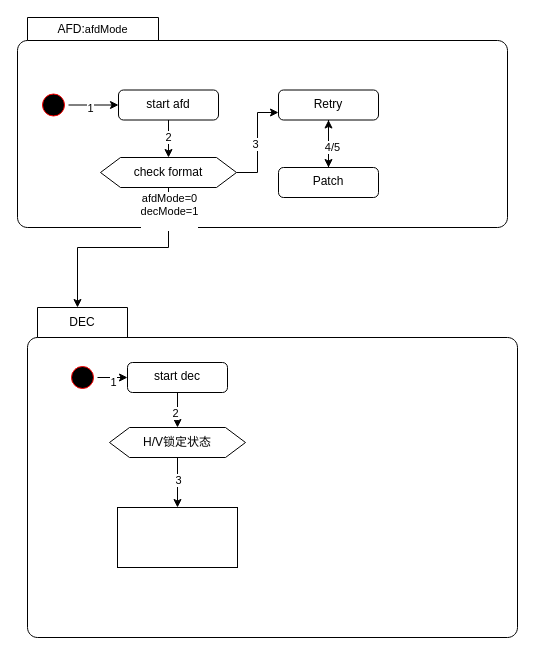
Above: page "第 4 页" (4 of 5) of 6210.drawio in joliet0l/Diagram (draw.io), before the change. Source tidied: cells renumbered, new cells numbered last; positions are measured from the earlier drawing's top-left corner, leaving out a move shared by most shapes. Both pictures are drawn from the tidied source at 100%, with x=0, y=0 at pixel (17, 17).
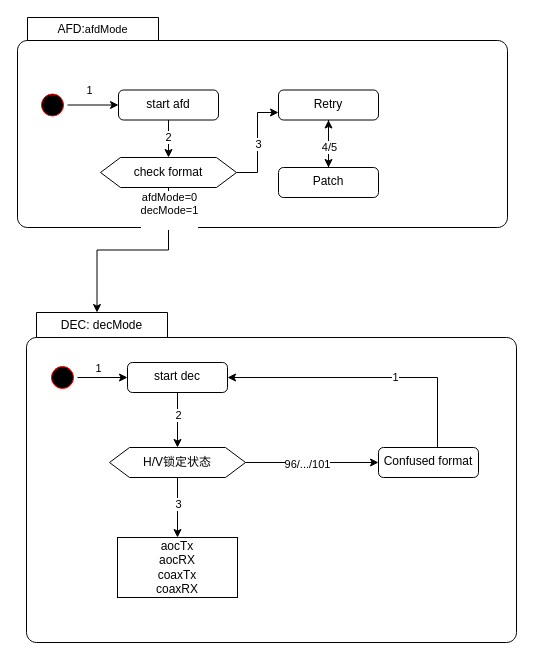
The same page after the edit.

Unchanged cells that the change refers to:
```xml
<mxCell id="3" style="edgeStyle=orthogonalEdgeStyle;rounded=0;jettySize=auto;html=1;" parent="1" edge="1" source="5" target="8">
  <mxGeometry relative="1" as="geometry" />
</mxCell>
<mxCell id="9" style="edgeStyle=orthogonalEdgeStyle;rounded=0;jettySize=auto;html=1;entryX=0;entryY=0.75;entryDx=0;entryDy=0;" parent="1" edge="1" source="11" target="23">
  <mxGeometry relative="1" as="geometry" />
</mxCell>
<mxCell id="11" value="check format" style="shape=hexagon;perimeter=hexagonPerimeter2;whiteSpace=wrap;html=1;fixedSize=1;" parent="1" vertex="1">
  <mxGeometry x="83" y="140" width="136" height="30" as="geometry" />
</mxCell>
<mxCell id="13" style="edgeStyle=orthogonalEdgeStyle;rounded=0;jettySize=auto;html=1;" parent="1" edge="1" source="15" target="18">
  <mxGeometry relative="1" as="geometry" />
</mxCell>
<mxCell id="16" style="edgeStyle=orthogonalEdgeStyle;rounded=0;jettySize=auto;html=1;entryX=0.5;entryY=0;entryDx=0;entryDy=0;" parent="1" edge="1" source="18" target="21">
  <mxGeometry relative="1" as="geometry" />
</mxCell>
<mxCell id="18" value="start dec" style="html=1;align=center;verticalAlign=top;rounded=1;absoluteArcSize=1;arcSize=10;dashed=0;whiteSpace=wrap;" parent="1" vertex="1">
  <mxGeometry x="110" y="345" width="100" height="30" as="geometry" />
</mxCell>
<mxCell id="24" style="edgeStyle=orthogonalEdgeStyle;rounded=0;jettySize=auto;html=1;" parent="1" edge="1" source="26" target="23">
  <mxGeometry relative="1" as="geometry" />
</mxCell>
```

What changed in the source:
```diff
@@
     <mxCell id="4" value="1" style="edgeLabel;html=1;align=center;verticalAlign=middle;" parent="3" vertex="1">
       <mxGeometry x="-0.16" y="-2" relative="1" as="geometry">
-        <mxPoint y="1" as="offset" />
+        <mxPoint y="-17" as="offset" />
       </mxGeometry>
     </mxCell>
     <mxCell id="5" style="ellipse;html=1;shape=startState;fillColor=#000000;strokeColor=#ff0000;direction=west;flipH=1;legacyAnchorPoints=0;" parent="1" vertex="1">
-      <mxGeometry x="21" y="72.5" width="30" height="30" as="geometry" />
+      <mxGeometry x="20" y="72.5" width="30" height="30" as="geometry" />
     </mxCell>
@@
     <mxCell id="10" value="3" style="edgeLabel;html=1;align=center;verticalAlign=middle;" parent="9" vertex="1">
-      <mxGeometry x="-0.02" y="3" relative="1" as="geometry" />
+      <mxGeometry x="-0.02" y="3" relative="1" as="geometry">
+        <mxPoint x="3" as="offset" />
+      </mxGeometry>
     </mxCell>
@@
-    <mxCell id="12" value="DEC" style="shape=folder;align=center;verticalAlign=middle;fontStyle=0;tabWidth=100;tabHeight=30;tabPosition=left;html=1;boundedLbl=1;labelInHeader=1;rounded=1;absoluteArcSize=1;arcSize=10;whiteSpace=wrap;" parent="1" vertex="1">
-      <mxGeometry x="10" y="290" width="490" height="330" as="geometry" />
+    <mxCell id="12" value="DEC:&amp;nbsp;decMode" style="shape=folder;align=center;verticalAlign=middle;fontStyle=0;tabWidth=141;tabHeight=25;tabPosition=left;html=1;boundedLbl=1;labelInHeader=1;rounded=1;absoluteArcSize=1;arcSize=10;whiteSpace=wrap;" parent="1" vertex="1">
+      <mxGeometry x="9" y="295" width="490" height="330" as="geometry" />
     </mxCell>
@@
     <mxCell id="14" value="1" style="edgeLabel;html=1;align=center;verticalAlign=middle;" parent="13" vertex="1">
-      <mxGeometry x="0.4" y="-4" relative="1" as="geometry" />
+      <mxGeometry x="0.4" y="-4" relative="1" as="geometry">
+        <mxPoint x="-15" y="-14" as="offset" />
+      </mxGeometry>
     </mxCell>
     <mxCell id="15" style="ellipse;html=1;shape=startState;fillColor=#000000;strokeColor=#ff0000;direction=west;flipH=1;legacyAnchorPoints=0;" parent="1" vertex="1">
-      <mxGeometry x="50" y="345" width="30" height="30" as="geometry" />
+      <mxGeometry x="30" y="345" width="30" height="30" as="geometry" />
     </mxCell>
@@
     <mxCell id="17" value="2" style="edgeLabel;html=1;align=center;verticalAlign=middle;" parent="16" vertex="1">
-      <mxGeometry x="0.33" y="-3" relative="1" as="geometry" />
+      <mxGeometry x="0.33" y="-3" relative="1" as="geometry">
+        <mxPoint x="3" y="-15" as="offset" />
+      </mxGeometry>
     </mxCell>
@@
+    <mxCell id="30" style="edgeStyle=orthogonalEdgeStyle;rounded=0;jettySize=auto;html=1;" parent="1" edge="1" source="21" target="34">
+      <mxGeometry relative="1" as="geometry" />
+    </mxCell>
+    <mxCell id="31" value="96/.../101" style="edgeLabel;html=1;align=center;verticalAlign=middle;" parent="30" vertex="1">
+      <mxGeometry x="-0.09" y="-1" relative="1" as="geometry" />
+    </mxCell>
     <mxCell id="21" value="H/V锁定状态" style="shape=hexagon;perimeter=hexagonPerimeter2;whiteSpace=wrap;html=1;fixedSize=1;" parent="1" vertex="1">
-      <mxGeometry x="92" y="410" width="136" height="30" as="geometry" />
+      <mxGeometry x="92" y="430" width="136" height="30" as="geometry" />
     </mxCell>
@@
     <mxCell id="25" value="4/5" style="edgeLabel;html=1;align=center;verticalAlign=middle;" parent="24" vertex="1">
-      <mxGeometry x="-0.12" y="-3" relative="1" as="geometry" />
+      <mxGeometry x="-0.12" y="-3" relative="1" as="geometry">
+        <mxPoint x="-3" as="offset" />
+      </mxGeometry>
     </mxCell>
@@
-    <mxCell id="27" style="edgeStyle=orthogonalEdgeStyle;rounded=0;jettySize=auto;html=1;entryX=0;entryY=0;entryDx=50;entryDy=0;entryPerimeter=0;" parent="1" edge="1" source="11" target="12">
+    <mxCell id="27" style="edgeStyle=orthogonalEdgeStyle;rounded=0;jettySize=auto;html=1;entryX=0;entryY=0;entryDx=70.5;entryDy=0;entryPerimeter=0;" parent="1" edge="1" source="11" target="12">
       <mxGeometry relative="1" as="geometry" />
     </mxCell>
@@
-    <mxCell id="29" style="whiteSpace=wrap;html=1;" parent="1" vertex="1">
-      <mxGeometry x="100" y="490" width="120" height="60" as="geometry" />
+    <mxCell id="29" value="aocTx&lt;div&gt;aocRX&lt;/div&gt;&lt;div&gt;coaxTx&lt;/div&gt;&lt;div&gt;coaxRX&lt;/div&gt;" style="whiteSpace=wrap;html=1;" parent="1" vertex="1">
+      <mxGeometry x="100" y="520" width="120" height="60" as="geometry" />
     </mxCell>
+    <mxCell id="32" style="edgeStyle=orthogonalEdgeStyle;rounded=0;jettySize=auto;html=1;entryX=1;entryY=0.5;entryDx=0;entryDy=0;" parent="1" edge="1" source="34" target="18">
+      <mxGeometry relative="1" as="geometry">
+        <Array as="points">
+          <mxPoint x="420" y="360" />
+        </Array>
+      </mxGeometry>
+    </mxCell>
+    <mxCell id="33" value="1" style="edgeLabel;html=1;align=center;verticalAlign=middle;" parent="32" vertex="1">
+      <mxGeometry x="-0.19" y="-1" relative="1" as="geometry" />
+    </mxCell>
+    <mxCell id="34" value="Confused format" style="html=1;align=center;verticalAlign=top;rounded=1;absoluteArcSize=1;arcSize=10;dashed=0;whiteSpace=wrap;" parent="1" vertex="1">
+      <mxGeometry x="361" y="430" width="100" height="30" as="geometry" />
+    </mxCell>
```
